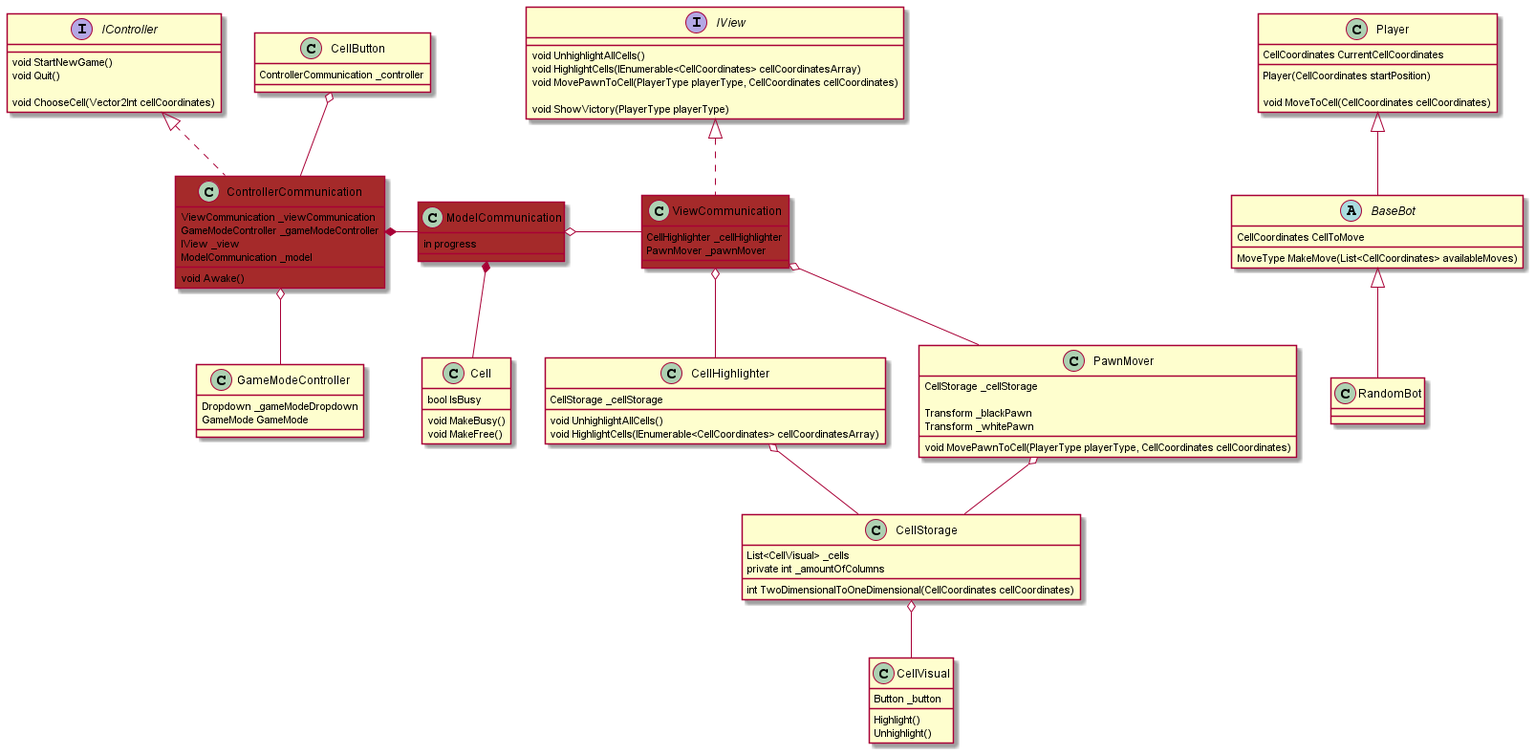
snyk04/quoridor keeps this PlantUML diagram as Quoridor/Assets/Diagrams/diagram.png. Above is the earlier version.
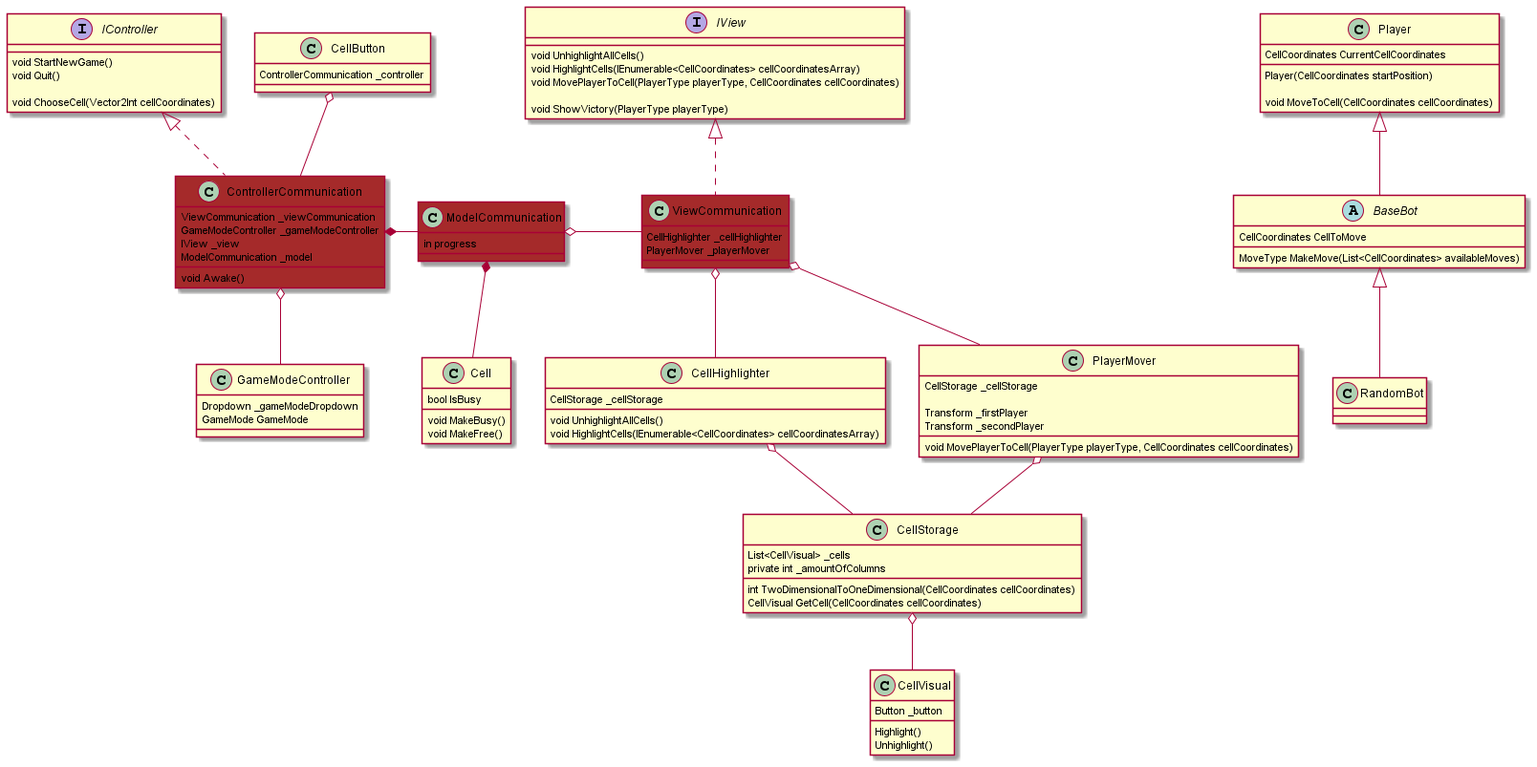
Later version of the same file.

Diff of the diagram source:
```diff
@@ -40,7 +40,7 @@
 {
     void UnhighlightAllCells()
     void HighlightCells(IEnumerable<CellCoordinates> cellCoordinatesArray)
-    void MovePawnToCell(PlayerType playerType, CellCoordinates cellCoordinates)
+    void MovePlayerToCell(PlayerType playerType, CellCoordinates cellCoordinates)
 
     void ShowVictory(PlayerType playerType)
 }
@@ -48,7 +48,7 @@
 class ViewCommunication #brown
 {
     CellHighlighter _cellHighlighter
-    PawnMover _pawnMover
+    PlayerMover _playerMover
 }
 
 class CellHighlighter
@@ -64,6 +64,7 @@
    private int _amountOfColumns
 
    int TwoDimensionalToOneDimensional(CellCoordinates cellCoordinates)
+   CellVisual GetCell(CellCoordinates cellCoordinates)
 }
 class CellVisual
 {
@@ -72,22 +73,22 @@
     Highlight()
     Unhighlight()
 }
-class PawnMover
+class PlayerMover
 {
     CellStorage _cellStorage
 
-    Transform _blackPawn
-    Transform _whitePawn
+    Transform _firstPlayer
+    Transform _secondPlayer
 
-    void MovePawnToCell(PlayerType playerType, CellCoordinates cellCoordinates)
+    void MovePlayerToCell(PlayerType playerType, CellCoordinates cellCoordinates)
 }
 
 IView <|..  ViewCommunication
 
 ViewCommunication o-- CellHighlighter
-ViewCommunication o-- PawnMover
+ViewCommunication o-- PlayerMover
 CellHighlighter o-- CellStorage
-PawnMover o-- CellStorage
+PlayerMover o-- CellStorage
 CellStorage o-- CellVisual
 
 
```
